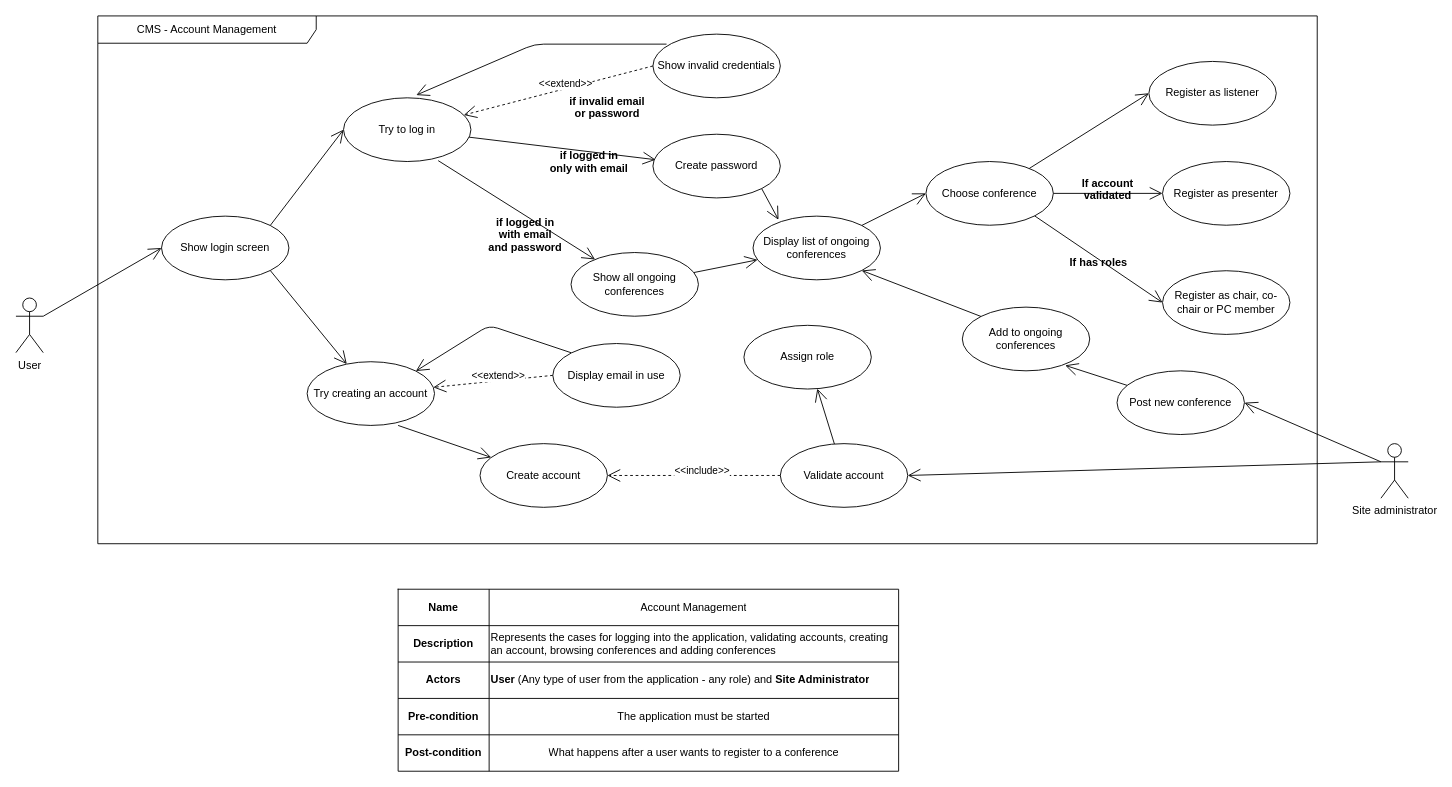
The draw.io diagram Documentation/Diagrams/Case/AccountManagementCase.drawio in raresica1234/ATAR-SE, before the edit. Source tidied: cells renumbered, new cells numbered last; positions are measured from the earlier drawing's top-left corner, leaving out a move shared by most shapes. Both pictures are drawn from the tidied source at 91%, with x=0, y=0 at pixel (15, 15).
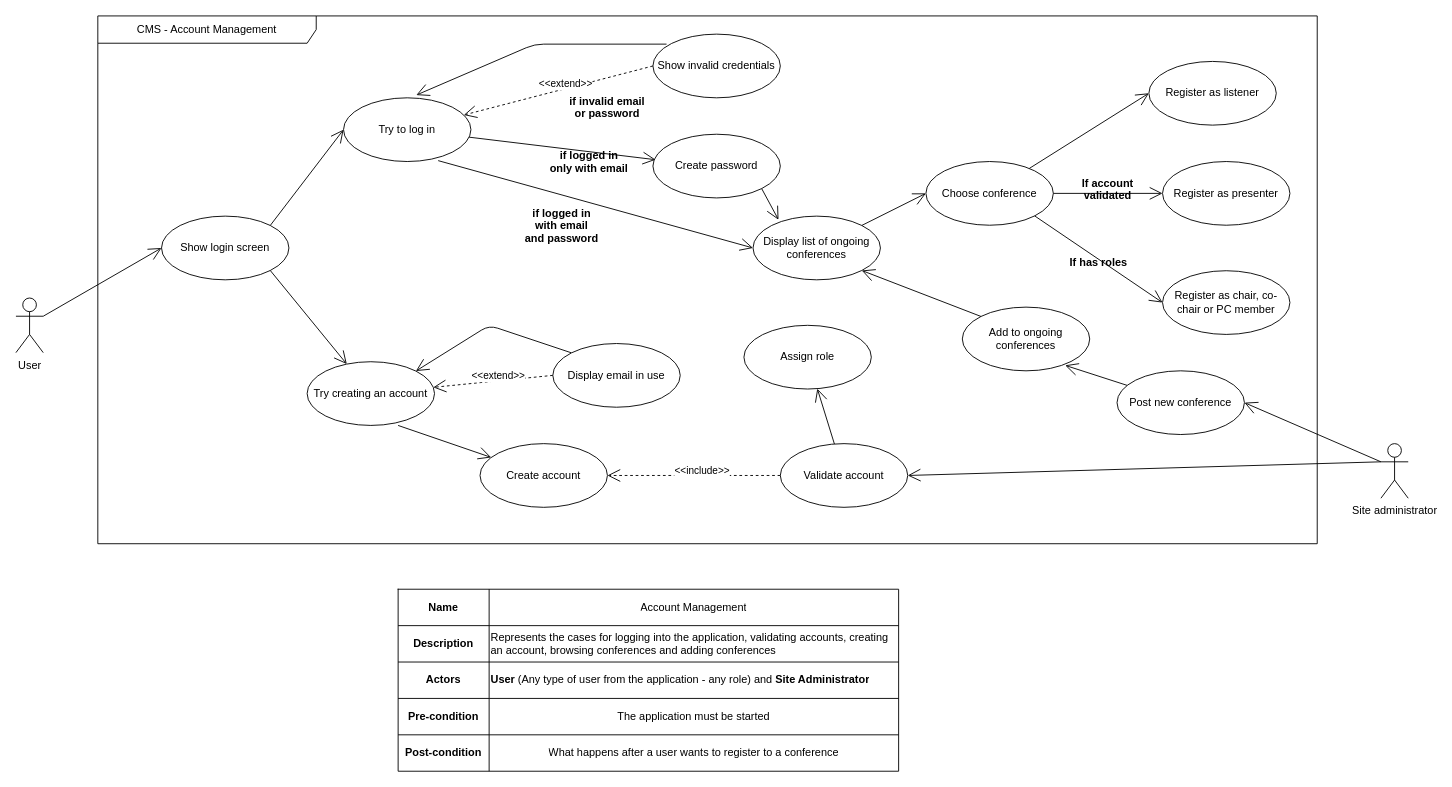
Above is the later version.

Unchanged cells that the change refers to:
```xml
<mxCell id="5" value="Try to log in" style="ellipse;whiteSpace=wrap;html=1;" parent="1" vertex="1">
  <mxGeometry x="360" y="90" width="140" height="70" as="geometry" />
</mxCell>
<mxCell id="15" value="Display list of ongoing conferences" style="ellipse;whiteSpace=wrap;html=1;" parent="1" vertex="1">
  <mxGeometry x="810" y="220" width="140" height="70" as="geometry" />
</mxCell>
```

The edit, as a diff of the source:
```diff
@@
-    <mxCell id="12" value="Show all ongoing conferences" style="ellipse;whiteSpace=wrap;html=1;" parent="1" vertex="1">
-      <mxGeometry x="610" y="260" width="140" height="70" as="geometry" />
-    </mxCell>
@@
     <mxCell id="14" value="if logged in&#10;with email&#10;and password" style="text;align=center;fontStyle=1;verticalAlign=middle;spacingLeft=3;spacingRight=3;strokeColor=none;" parent="1" vertex="1">
-      <mxGeometry x="520" y="210" width="80" height="60" as="geometry" />
+      <mxGeometry x="560" y="200" width="80" height="60" as="geometry" />
     </mxCell>
@@
-    <mxCell id="17" style="endArrow=open;endFill=1;endSize=12;html=1;" parent="1" edge="1" source="12" target="15">
-      <mxGeometry relative="1" as="geometry" />
-    </mxCell>
@@
-    <mxCell id="24" style="endArrow=open;endFill=1;endSize=12;html=1;exitX=0.743;exitY=0.986;exitDx=0;exitDy=0;exitPerimeter=0;" parent="1" edge="1" source="5" target="12">
+    <mxCell id="24" style="endArrow=open;endFill=1;endSize=12;html=1;exitX=0.743;exitY=0.986;exitDx=0;exitDy=0;exitPerimeter=0;entryX=0;entryY=0.5;entryDx=0;entryDy=0;" parent="1" edge="1" source="5" target="15">
       <mxGeometry relative="1" as="geometry" />
     </mxCell>
```
